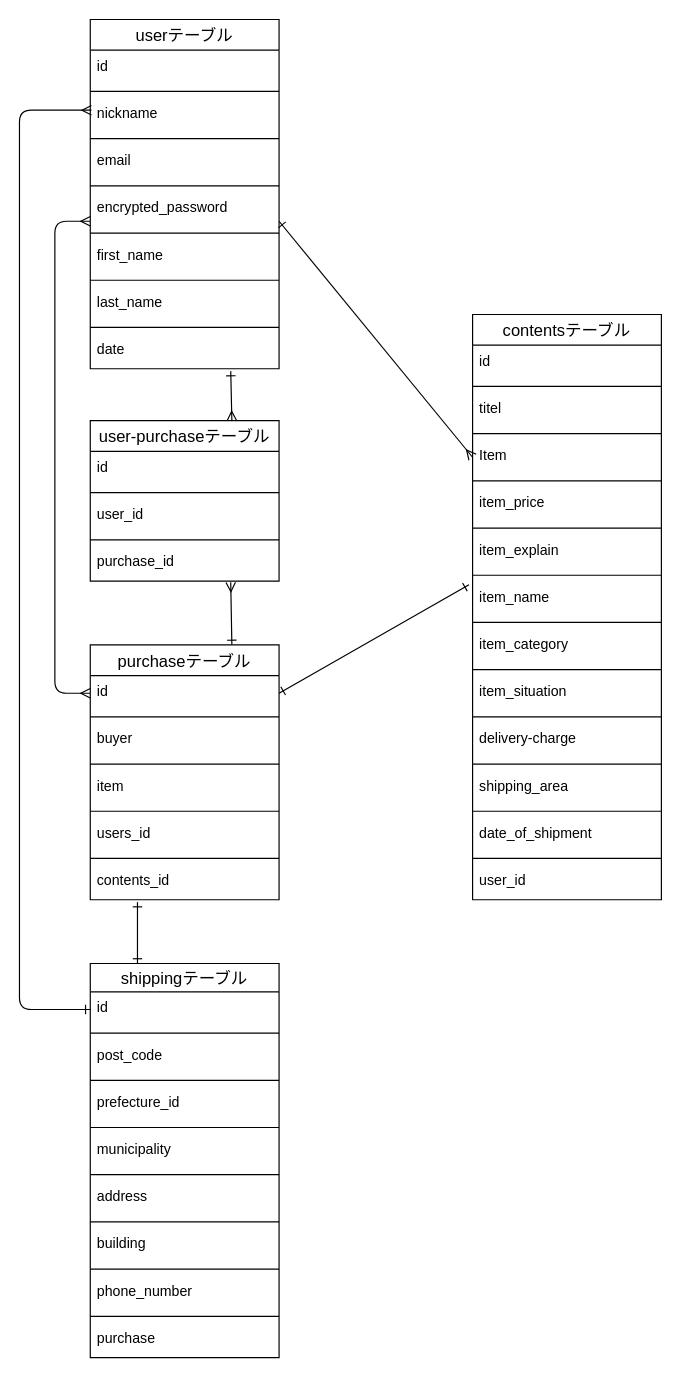
Earlier version of the draw.io diagram furima.dio (kaityi/furima-38562). Source tidied: cells renumbered, new cells numbered last; positions are measured from the earlier drawing's top-left corner, leaving out a move shared by most shapes. Both pictures are drawn from the tidied source at 118%, with x=0, y=0 at pixel (19, 19).
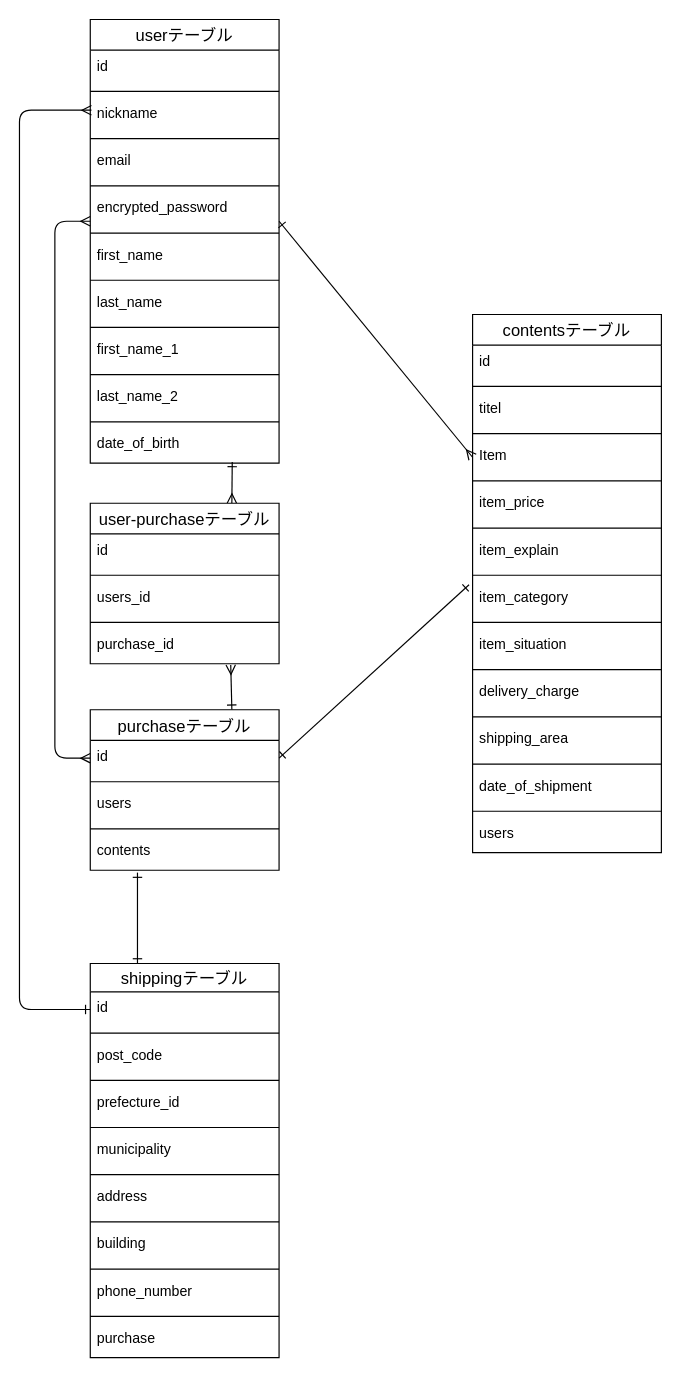
The same page after the edit.

Commit message (it also covers changes not shown here):
DB設計の修正２

Unchanged cells that the change refers to:
```xml
<mxCell id="28" value="id" style="text;strokeColor=none;fillColor=none;spacingLeft=4;spacingRight=4;overflow=hidden;points=[[0,0.5],[1,0.5]];portConstraint=eastwest;fontSize=12;" parent="27" vertex="1">
  <mxGeometry y="26" width="160" height="30" as="geometry" />
</mxCell>
```

Diff of the diagram source:
```diff
@@
     <mxCell id="2" value="contentsテーブル" style="swimlane;fontStyle=0;horizontal=1;startSize=26;align=center;fontSize=14;" parent="1" vertex="1">
-      <mxGeometry x="384" y="250" width="160" height="496" as="geometry" />
+      <mxGeometry x="384" y="250" width="160" height="456" as="geometry" />
     </mxCell>
@@
-    <mxCell id="13" value="item_name" style="text;strokeColor=none;fillColor=none;spacingLeft=4;spacingRight=4;overflow=hidden;points=[[0,0.5],[1,0.5]];portConstraint=eastwest;fontSize=12;" parent="2" vertex="1">
-      <mxGeometry y="226" width="160" height="30" as="geometry" />
-    </mxCell>
-    <mxCell id="14" style="line;strokeWidth=1;dashed=0;labelPosition=right;align=left;verticalAlign=middle;spacingTop=0;spacingLeft=6;" parent="2" vertex="1">
-      <mxGeometry y="256" width="160" height="10" as="geometry" />
-    </mxCell>
     <mxCell id="15" value="item_category" style="text;strokeColor=none;fillColor=none;spacingLeft=4;spacingRight=4;overflow=hidden;fontSize=12;" parent="2" vertex="1">
-      <mxGeometry y="266" width="160" height="30" as="geometry" />
+      <mxGeometry y="226" width="160" height="30" as="geometry" />
     </mxCell>
     <mxCell id="16" style="line;strokeWidth=1;dashed=0;labelPosition=right;align=left;verticalAlign=middle;spacingTop=0;spacingLeft=6;" parent="2" vertex="1">
-      <mxGeometry y="296" width="160" height="10" as="geometry" />
+      <mxGeometry y="256" width="160" height="10" as="geometry" />
     </mxCell>
     <mxCell id="17" value="item_situation" style="text;strokeColor=none;fillColor=none;spacingLeft=4;spacingRight=4;overflow=hidden;fontSize=12;" parent="2" vertex="1">
-      <mxGeometry y="306" width="160" height="30" as="geometry" />
+      <mxGeometry y="266" width="160" height="30" as="geometry" />
     </mxCell>
     <mxCell id="18" style="line;strokeWidth=1;dashed=0;labelPosition=right;align=left;verticalAlign=middle;spacingTop=0;spacingLeft=6;" parent="2" vertex="1">
-      <mxGeometry y="336" width="160" height="10" as="geometry" />
+      <mxGeometry y="296" width="160" height="10" as="geometry" />
     </mxCell>
-    <mxCell id="19" value="delivery-charge" style="text;strokeColor=none;fillColor=none;spacingLeft=4;spacingRight=4;overflow=hidden;fontSize=12;" parent="2" vertex="1">
-      <mxGeometry y="346" width="160" height="30" as="geometry" />
+    <mxCell id="19" value="delivery_charge" style="text;strokeColor=none;fillColor=none;spacingLeft=4;spacingRight=4;overflow=hidden;fontSize=12;" parent="2" vertex="1">
+      <mxGeometry y="306" width="160" height="30" as="geometry" />
     </mxCell>
     <mxCell id="20" style="line;strokeWidth=1;dashed=0;labelPosition=right;align=left;verticalAlign=middle;spacingTop=0;spacingLeft=6;" parent="2" vertex="1">
-      <mxGeometry y="376" width="160" height="10" as="geometry" />
+      <mxGeometry y="336" width="160" height="10" as="geometry" />
     </mxCell>
     <mxCell id="21" value="shipping_area" style="text;strokeColor=none;fillColor=none;spacingLeft=4;spacingRight=4;overflow=hidden;fontSize=12;" parent="2" vertex="1">
-      <mxGeometry y="386" width="160" height="30" as="geometry" />
+      <mxGeometry y="346" width="160" height="30" as="geometry" />
     </mxCell>
     <mxCell id="22" style="line;strokeWidth=1;dashed=0;labelPosition=right;align=left;verticalAlign=middle;spacingTop=0;spacingLeft=6;" parent="2" vertex="1">
-      <mxGeometry y="416" width="160" height="10" as="geometry" />
+      <mxGeometry y="376" width="160" height="10" as="geometry" />
     </mxCell>
     <mxCell id="23" value="date_of_shipment" style="text;strokeColor=none;fillColor=none;spacingLeft=4;spacingRight=4;overflow=hidden;fontSize=12;" parent="2" vertex="1">
-      <mxGeometry y="426" width="160" height="30" as="geometry" />
+      <mxGeometry y="386" width="160" height="30" as="geometry" />
     </mxCell>
     <mxCell id="24" style="line;strokeWidth=1;dashed=0;labelPosition=right;align=left;verticalAlign=middle;spacingTop=0;spacingLeft=6;" parent="2" vertex="1">
-      <mxGeometry y="456" width="160" height="10" as="geometry" />
+      <mxGeometry y="416" width="160" height="10" as="geometry" />
     </mxCell>
-    <mxCell id="25" value="user_id" style="text;strokeColor=none;fillColor=none;spacingLeft=4;spacingRight=4;overflow=hidden;fontSize=12;" parent="2" vertex="1">
-      <mxGeometry y="466" width="160" height="30" as="geometry" />
+    <mxCell id="25" value="users" style="text;strokeColor=none;fillColor=none;spacingLeft=4;spacingRight=4;overflow=hidden;fontSize=12;" parent="2" vertex="1">
+      <mxGeometry y="426" width="160" height="30" as="geometry" />
     </mxCell>
@@
     <mxCell id="27" value="purchaseテーブル" style="swimlane;fontStyle=0;horizontal=1;startSize=26;align=center;fontSize=14;" parent="1" vertex="1">
-      <mxGeometry x="60" y="530" width="160" height="216" as="geometry" />
+      <mxGeometry x="60" y="585" width="160" height="136" as="geometry" />
     </mxCell>
@@
-    <mxCell id="30" value="buyer" style="text;strokeColor=none;fillColor=none;spacingLeft=4;spacingRight=4;overflow=hidden;fontSize=12;" parent="27" vertex="1">
-      <mxGeometry y="66" width="160" height="30" as="geometry" />
-    </mxCell>
-    <mxCell id="31" style="line;strokeWidth=1;dashed=0;labelPosition=right;align=left;verticalAlign=middle;spacingTop=0;spacingLeft=6;" parent="27" vertex="1">
-      <mxGeometry y="96" width="160" height="10" as="geometry" />
-    </mxCell>
-    <mxCell id="32" value="item" style="text;strokeColor=none;fillColor=none;spacingLeft=4;spacingRight=4;overflow=hidden;fontSize=12;" parent="27" vertex="1">
-      <mxGeometry y="106" width="160" height="30" as="geometry" />
-    </mxCell>
-    <mxCell id="33" style="line;strokeWidth=1;dashed=0;labelPosition=right;align=left;verticalAlign=middle;spacingTop=0;spacingLeft=6;" parent="27" vertex="1">
-      <mxGeometry y="136" width="160" height="10" as="geometry" />
-    </mxCell>
-    <mxCell id="34" value="users_id" style="text;strokeColor=none;fillColor=none;spacingLeft=4;spacingRight=4;overflow=hidden;fontSize=12;" parent="27" vertex="1">
-      <mxGeometry y="146" width="160" height="30" as="geometry" />
-    </mxCell>
+    <mxCell id="79" value="users" style="text;strokeColor=none;fillColor=none;spacingLeft=4;spacingRight=4;overflow=hidden;fontSize=12;" parent="27" vertex="1">
+      <mxGeometry y="66" width="160" height="30" as="geometry" />
+    </mxCell>
     <mxCell id="35" style="line;strokeWidth=1;dashed=0;labelPosition=right;align=left;verticalAlign=middle;spacingTop=0;spacingLeft=6;" parent="27" vertex="1">
-      <mxGeometry y="176" width="160" height="10" as="geometry" />
+      <mxGeometry y="96" width="160" height="10" as="geometry" />
     </mxCell>
-    <mxCell id="36" value="contents_id" style="text;strokeColor=none;fillColor=none;spacingLeft=4;spacingRight=4;overflow=hidden;points=[[0,0.5],[1,0.5]];portConstraint=eastwest;fontSize=12;" parent="27" vertex="1">
-      <mxGeometry y="186" width="160" height="30" as="geometry" />
+    <mxCell id="36" value="contents" style="text;strokeColor=none;fillColor=none;spacingLeft=4;spacingRight=4;overflow=hidden;points=[[0,0.5],[1,0.5]];portConstraint=eastwest;fontSize=12;" parent="27" vertex="1">
+      <mxGeometry y="106" width="160" height="30" as="geometry" />
     </mxCell>
@@
-    <mxCell id="55" style="edgeStyle=none;html=1;exitX=1;exitY=0.5;exitDx=0;exitDy=0;entryX=-0.019;entryY=0.1;entryDx=0;entryDy=0;entryPerimeter=0;startArrow=ERone;startFill=0;endArrow=ERone;endFill=0;" parent="1" edge="1" source="28" target="13">
-      <mxGeometry relative="1" as="geometry" />
+    <mxCell id="55" style="edgeStyle=none;html=1;exitX=1;exitY=0.5;exitDx=0;exitDy=0;entryX=-0.019;entryY=0.1;entryDx=0;entryDy=0;entryPerimeter=0;startArrow=ERone;startFill=0;endArrow=ERone;endFill=0;" parent="1" edge="1" source="28">
+      <mxGeometry relative="1" as="geometry">
+        <mxPoint x="381" y="479" as="targetPoint" />
+      </mxGeometry>
     </mxCell>
@@
-    <mxCell id="57" style="edgeStyle=none;html=1;exitX=0.75;exitY=0;exitDx=0;exitDy=0;startArrow=ERmany;startFill=0;endArrow=ERone;endFill=0;entryX=0.744;entryY=1.067;entryDx=0;entryDy=0;entryPerimeter=0;" parent="1" edge="1" source="58" target="78">
+    <mxCell id="57" style="edgeStyle=none;html=1;exitX=0.75;exitY=0;exitDx=0;exitDy=0;startArrow=ERmany;startFill=0;endArrow=ERone;endFill=0;entryX=0.752;entryY=0.967;entryDx=0;entryDy=0;entryPerimeter=0;" parent="1" edge="1" source="58" target="78">
       <mxGeometry relative="1" as="geometry" />
     </mxCell>
     <mxCell id="58" value="user-purchaseテーブル" style="swimlane;fontStyle=0;horizontal=1;startSize=26;align=center;fontSize=14;" parent="1" vertex="1">
-      <mxGeometry x="60" y="340" width="160" height="136" as="geometry" />
+      <mxGeometry x="60" y="410" width="160" height="136" as="geometry" />
     </mxCell>
@@
-    <mxCell id="61" value="user_id" style="text;strokeColor=none;fillColor=none;spacingLeft=4;spacingRight=4;overflow=hidden;fontSize=12;" parent="58" vertex="1">
+    <mxCell id="61" value="users_id" style="text;strokeColor=none;fillColor=none;spacingLeft=4;spacingRight=4;overflow=hidden;fontSize=12;" parent="58" vertex="1">
       <mxGeometry y="66" width="160" height="30" as="geometry" />
     </mxCell>
@@
     <mxCell id="64" style="edgeStyle=orthogonalEdgeStyle;html=1;exitX=0;exitY=0.5;exitDx=0;exitDy=0;entryX=0;entryY=0.5;entryDx=0;entryDy=0;startArrow=ERmany;startFill=0;endArrow=ERmany;endFill=0;elbow=vertical;" parent="1" edge="1" source="28">
       <mxGeometry relative="1" as="geometry">
         <mxPoint x="60" y="171" as="targetPoint" />
         <Array as="points">
-          <mxPoint x="30" y="571" />
+          <mxPoint x="30" y="626" />
           <mxPoint x="30" y="171" />
         </Array>
       </mxGeometry>
     </mxCell>
     <mxCell id="65" value="userテーブル" style="swimlane;fontStyle=0;horizontal=1;startSize=26;align=center;fontSize=14;" parent="1" vertex="1">
-      <mxGeometry x="60" width="160" height="296" as="geometry" />
+      <mxGeometry x="60" width="160" height="376" as="geometry" />
     </mxCell>
@@
+    <mxCell id="30" value="first_name_1" style="text;strokeColor=none;fillColor=none;spacingLeft=4;spacingRight=4;overflow=hidden;fontSize=12;" parent="65" vertex="1">
+      <mxGeometry y="266" width="160" height="30" as="geometry" />
+    </mxCell>
+    <mxCell id="80" style="line;strokeWidth=1;dashed=0;labelPosition=right;align=left;verticalAlign=middle;spacingTop=0;spacingLeft=6;" parent="65" vertex="1">
+      <mxGeometry y="296" width="160" height="10" as="geometry" />
+    </mxCell>
+    <mxCell id="32" value="last_name_2" style="text;strokeColor=none;fillColor=none;spacingLeft=4;spacingRight=4;overflow=hidden;fontSize=12;" parent="65" vertex="1">
+      <mxGeometry y="306" width="160" height="30" as="geometry" />
+    </mxCell>
+    <mxCell id="81" style="line;strokeWidth=1;dashed=0;labelPosition=right;align=left;verticalAlign=middle;spacingTop=0;spacingLeft=6;" parent="65" vertex="1">
+      <mxGeometry y="336" width="160" height="10" as="geometry" />
+    </mxCell>
-    <mxCell id="78" value="date" style="text;strokeColor=none;fillColor=none;spacingLeft=4;spacingRight=4;overflow=hidden;points=[[0,0.5],[1,0.5]];portConstraint=eastwest;fontSize=12;" parent="65" vertex="1">
-      <mxGeometry y="266" width="160" height="30" as="geometry" />
+    <mxCell id="78" value="date_of_birth" style="text;strokeColor=none;fillColor=none;spacingLeft=4;spacingRight=4;overflow=hidden;points=[[0,0.5],[1,0.5]];portConstraint=eastwest;fontSize=12;" parent="65" vertex="1">
+      <mxGeometry y="346" width="160" height="30" as="geometry" />
     </mxCell>
```
